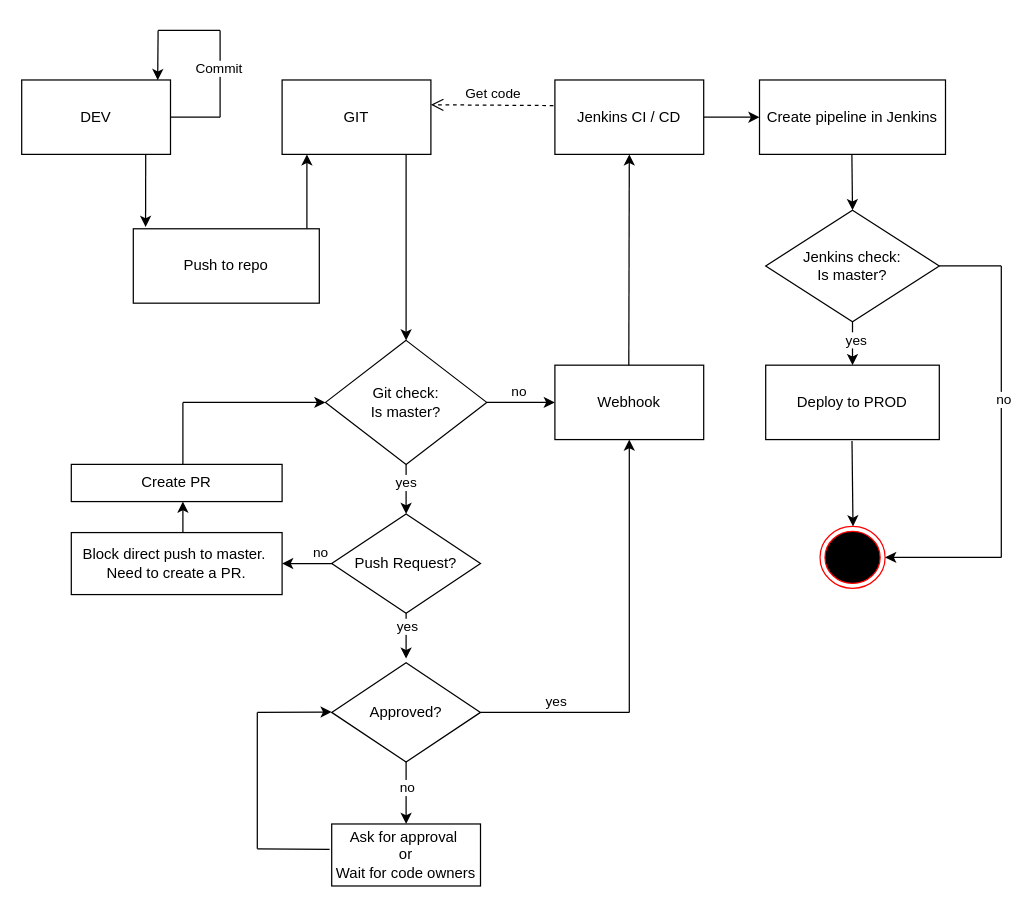
This is public/images/diagrams/schema.drawio from jfgomes/site-jgomes, a draw.io file, before an edit. Source tidied: cells renumbered, new cells numbered last; positions are measured from the earlier drawing's top-left corner, leaving out a move shared by most shapes. Both pictures are drawn from the tidied source at 124%, with x=0, y=0 at pixel (21, 30).
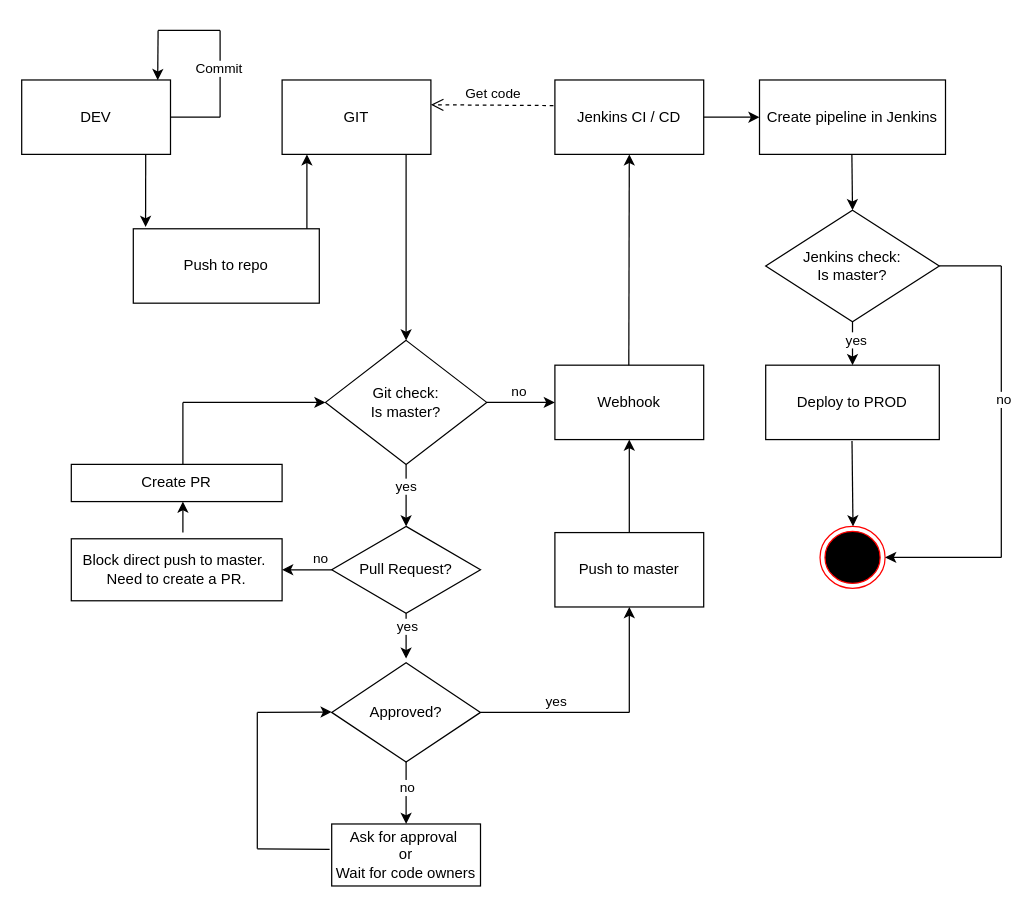
After the change.

The change refers to these unchanged cells:
```xml
<mxCell id="7" value="Webhook" style="rounded=0;whiteSpace=wrap;html=1;" parent="1" vertex="1">
  <mxGeometry x="430" y="270" width="120" height="60" as="geometry" />
</mxCell>
```

The edit, as a diff of the source:
```diff
@@
     <mxCell id="11" value="Block direct push to master.&amp;nbsp;&lt;br&gt;Need to create a PR." style="rounded=0;whiteSpace=wrap;html=1;" parent="1" vertex="1">
-      <mxGeometry x="40" y="405" width="170" height="50" as="geometry" />
+      <mxGeometry x="40" y="410" width="170" height="50" as="geometry" />
     </mxCell>
-    <mxCell id="12" value="Push Request?" style="rhombus;whiteSpace=wrap;html=1;" parent="1" vertex="1">
-      <mxGeometry x="250" y="390" width="120" height="80" as="geometry" />
+    <mxCell id="12" value="Pull Request?" style="rhombus;whiteSpace=wrap;html=1;" parent="1" vertex="1">
+      <mxGeometry x="250" y="400" width="120" height="70" as="geometry" />
     </mxCell>
@@
-    <mxCell id="37" style="endArrow=classic;html=1;rounded=0;entryX=0.5;entryY=1;entryDx=0;entryDy=0;" parent="1" edge="1" target="7">
-      <mxGeometry relative="1" as="geometry">
-        <mxPoint x="490" y="550" as="sourcePoint" />
-      </mxGeometry>
+    <mxCell id="37" style="endArrow=classic;html=1;rounded=0;entryX=0.5;entryY=1;entryDx=0;entryDy=0;" parent="1" edge="1" source="56" target="7">
+      <mxGeometry relative="1" as="geometry" />
     </mxCell>
@@
+    <mxCell id="55" style="endArrow=classic;html=1;rounded=0;entryX=0.5;entryY=1;entryDx=0;entryDy=0;" parent="1" edge="1" target="56">
+      <mxGeometry relative="1" as="geometry">
+        <mxPoint x="490" y="550" as="sourcePoint" />
+      </mxGeometry>
+    </mxCell>
+    <mxCell id="56" value="Push to master" style="rounded=0;whiteSpace=wrap;html=1;" parent="1" vertex="1">
+      <mxGeometry x="430" y="405" width="120" height="60" as="geometry" />
+    </mxCell>
```
